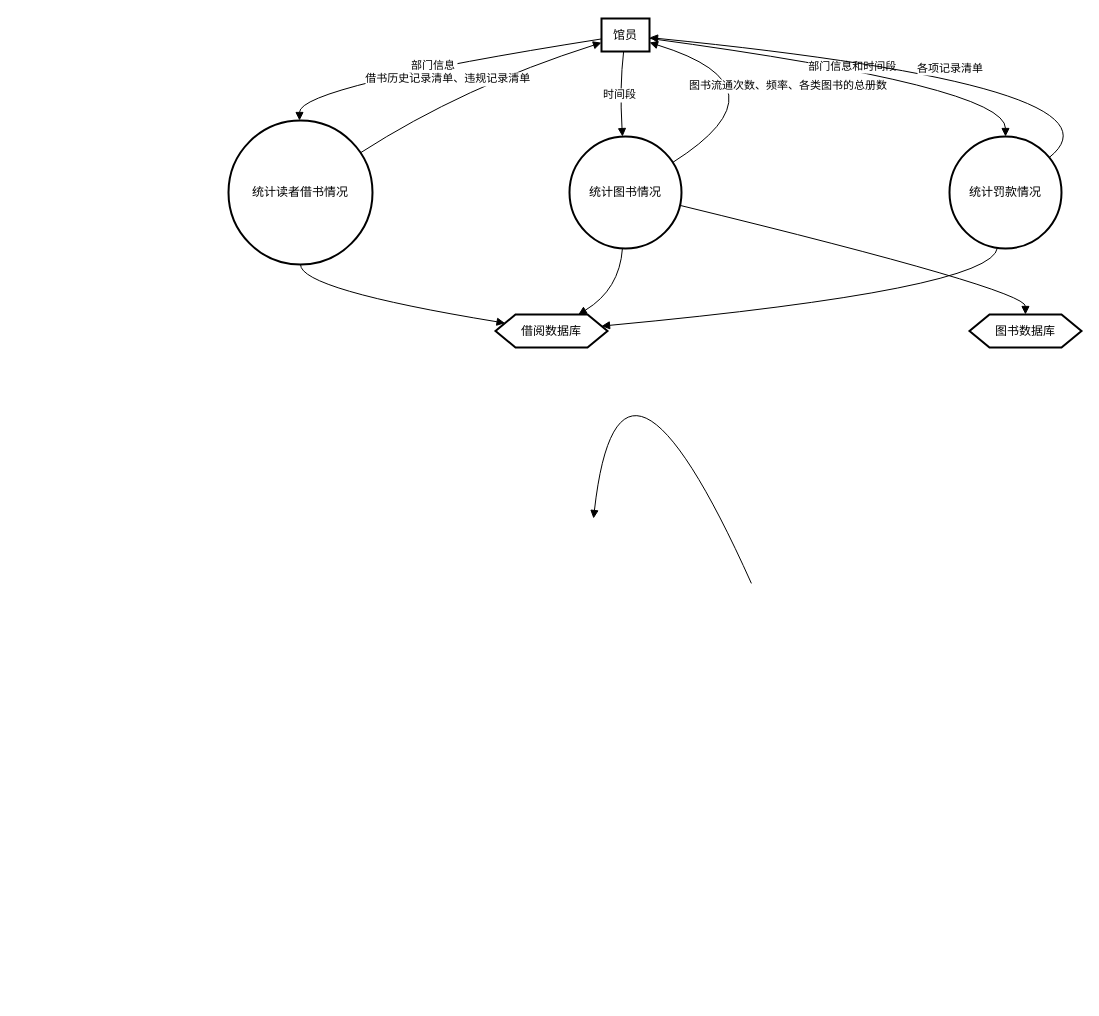
Earlier version of the draw.io diagram page "系统统计" (12 of 13) of 软件工程.drawio (sjgcsf/os---). Source tidied: cells renumbered, new cells numbered last; positions are measured from the earlier drawing's top-left corner, leaving out a move shared by most shapes. Both pictures are drawn from the tidied source at 100%, with x=0, y=0 at pixel (228, 18).
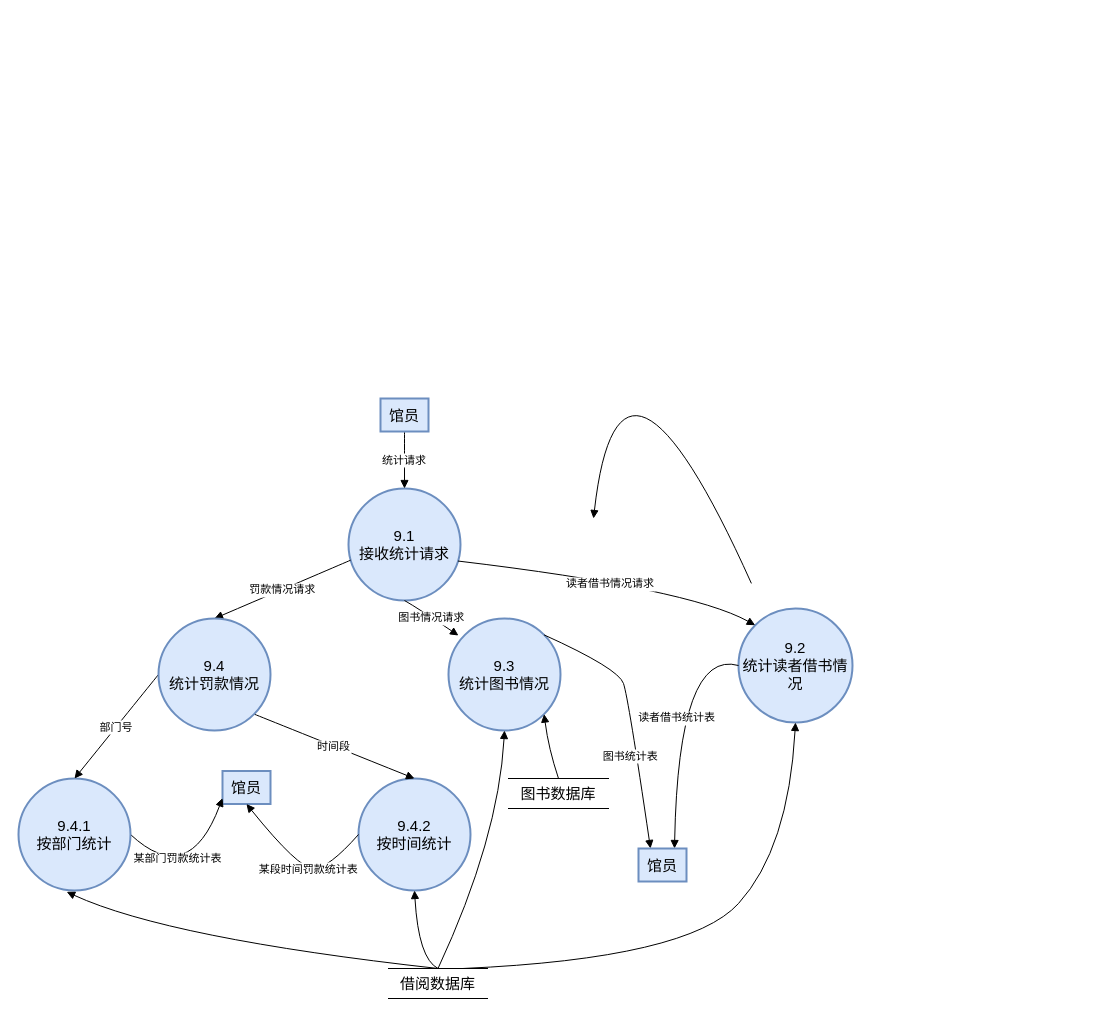
Above is the later version.

What changed in the source:
```diff
@@
-    <mxCell id="2" value="馆员" style="whiteSpace=wrap;strokeWidth=2;" parent="1" vertex="1">
-      <mxGeometry x="373" width="48" height="33" as="geometry" />
-    </mxCell>
-    <mxCell id="3" value="统计读者借书情况" style="ellipse;strokeWidth=2;whiteSpace=wrap;" parent="1" vertex="1">
-      <mxGeometry y="102" width="144" height="144" as="geometry" />
-    </mxCell>
-    <mxCell id="4" value="借阅数据库" style="shape=hexagon;perimeter=hexagonPerimeter2;fixedSize=1;strokeWidth=2;whiteSpace=wrap;" parent="1" vertex="1">
-      <mxGeometry x="267" y="296" width="112" height="33" as="geometry" />
-    </mxCell>
-    <mxCell id="5" value="统计图书情况" style="ellipse;strokeWidth=2;whiteSpace=wrap;" parent="1" vertex="1">
-      <mxGeometry x="341" y="118" width="112" height="112" as="geometry" />
-    </mxCell>
-    <mxCell id="6" value="图书数据库" style="shape=hexagon;perimeter=hexagonPerimeter2;fixedSize=1;strokeWidth=2;whiteSpace=wrap;" parent="1" vertex="1">
-      <mxGeometry x="741" y="296" width="112" height="33" as="geometry" />
-    </mxCell>
-    <mxCell id="7" value="统计罚款情况" style="ellipse;strokeWidth=2;whiteSpace=wrap;" parent="1" vertex="1">
-      <mxGeometry x="721" y="118" width="112" height="112" as="geometry" />
-    </mxCell>
-    <mxCell id="8" value="部门信息" style="curved=1;startArrow=none;endArrow=block;exitX=1.3907750447591147e-7;exitY=0.6190189206547742;entryX=0.49295246861524916;entryY=-0.0013888809416029188;rounded=0;" parent="1" edge="1" source="2" target="3">
-      <mxGeometry relative="1" as="geometry">
-        <Array as="points">
-          <mxPoint x="71" y="68" />
-        </Array>
-      </mxGeometry>
-    </mxCell>
-    <mxCell id="9" value="借书历史记录清单、违规记录清单" style="curved=1;startArrow=none;endArrow=block;exitX=0.9986111323038737;exitY=0.17300824311741259;entryX=1.3907750447591147e-7;entryY=0.7336860565396564;rounded=0;" parent="1" edge="1" source="3" target="2">
-      <mxGeometry x="-0.15" y="15" relative="1" as="geometry">
-        <Array as="points">
-          <mxPoint x="235" y="68" />
-        </Array>
-      </mxGeometry>
-    </mxCell>
-    <mxCell id="10" style="curved=1;startArrow=none;endArrow=block;exitX=0.49930556615193683;exitY=0.9972222513622708;entryX=0.0026785901614597867;entryY=0.213047641568456;rounded=0;" parent="1" edge="1" source="3" target="4">
-      <mxGeometry relative="1" as="geometry">
-        <Array as="points">
-          <mxPoint x="72" y="271" />
-        </Array>
-      </mxGeometry>
-    </mxCell>
-    <mxCell id="11" value="时间段" style="curved=1;startArrow=none;endArrow=block;exitX=0.45998085234181946;exitY=1.0121212583599668;entryX=0.47299930428933024;entryY=-0.0017857040677751815;rounded=0;" parent="1" edge="1" source="2" target="5">
-      <mxGeometry relative="1" as="geometry">
-        <Array as="points">
-          <mxPoint x="391" y="68" />
-        </Array>
-      </mxGeometry>
-    </mxCell>
-    <mxCell id="12" value="图书流通次数、频率、各类图书的总册数" style="curved=1;startArrow=none;endArrow=block;exitX=0.9982143555368695;exitY=0.18069802004764415;entryX=0.9958334565162659;entryY=0.726472818055091;rounded=0;" parent="1" edge="1" source="5" target="2">
-      <mxGeometry relative="1" as="geometry">
-        <Array as="points">
-          <mxPoint x="564" y="68" />
-        </Array>
-      </mxGeometry>
-    </mxCell>
-    <mxCell id="13" style="curved=1;startArrow=none;endArrow=block;exitX=0.47052053624918955;exitY=0.9964286088943481;entryX=0.7452027774644969;entryY=-0.0121210849646366;rounded=0;" parent="1" edge="1" source="5" target="4">
-      <mxGeometry relative="1" as="geometry">
-        <Array as="points">
-          <mxPoint x="391" y="271" />
-        </Array>
-      </mxGeometry>
-    </mxCell>
-    <mxCell id="14" style="curved=1;startArrow=none;endArrow=block;exitX=0.9982143555368695;exitY=0.6182150471825147;entryX=0.4995537485395159;entryY=-0.0121210849646366;rounded=0;" parent="1" edge="1" source="5" target="6">
-      <mxGeometry relative="1" as="geometry">
-        <Array as="points">
-          <mxPoint x="797" y="271" />
-        </Array>
-      </mxGeometry>
-    </mxCell>
-    <mxCell id="15" value="部门信息和时间段" style="curved=1;startArrow=none;endArrow=block;exitX=0.9958334565162659;exitY=0.603058229249468;entryX=0.4995537485395159;entryY=-0.0017857040677751815;rounded=0;" parent="1" edge="1" source="2" target="7">
-      <mxGeometry relative="1" as="geometry">
-        <Array as="points">
-          <mxPoint x="777" y="68" />
-        </Array>
-      </mxGeometry>
-    </mxCell>
-    <mxCell id="16" value="各项记录清单" style="curved=1;startArrow=none;endArrow=block;exitX=0.9986609050205776;exitY=0.09856189855708918;entryX=0.9958334565162659;entryY=0.5779411752015982;rounded=0;" parent="1" edge="1" source="7" target="2">
+    <mxCell id="16" value="各项记录清单" style="curved=1;startArrow=none;endArrow=block;exitX=0.9986609050205776;exitY=0.09856189855708918;entryX=0.9958334565162659;entryY=0.5779411752015982;rounded=0;" parent="1" edge="1">
       <mxGeometry relative="1" as="geometry">
+        <mxPoint x="421" y="19.1" as="targetPoint" />
         <Array as="points">
           <mxPoint x="910" y="68" />
         </Array>
       </mxGeometry>
     </mxCell>
-    <mxCell id="17" style="curved=1;startArrow=none;endArrow=block;exitX=0.4251255052533582;exitY=0.9964286088943481;entryX=0.9999999914850507;entryY=0.33330659397642415;rounded=0;" parent="1" edge="1" source="7" target="4">
-      <mxGeometry relative="1" as="geometry">
-        <Array as="points">
-          <mxPoint x="763" y="271" />
-        </Array>
-      </mxGeometry>
-    </mxCell>
@@
+    <mxCell id="25" value="馆员" style="whiteSpace=wrap;strokeWidth=2;fontSize=15;fillColor=#dae8fc;strokeColor=#6c8ebf;" parent="1" vertex="1">
+      <mxGeometry x="-6" y="752.5" width="48" height="33" as="geometry" />
+    </mxCell>
+    <mxCell id="26" value="9.1&#10;接收统计请求" style="ellipse;strokeWidth=2;whiteSpace=wrap;fontSize=15;fillColor=#dae8fc;strokeColor=#6c8ebf;" parent="1" vertex="1">
+      <mxGeometry x="120" y="470" width="112" height="112" as="geometry" />
+    </mxCell>
+    <mxCell id="27" value="9.2&#10;统计读者借书情况" style="ellipse;strokeWidth=2;whiteSpace=wrap;fontSize=15;fillColor=#dae8fc;strokeColor=#6c8ebf;" parent="1" vertex="1">
+      <mxGeometry x="510" y="590" width="114" height="114" as="geometry" />
+    </mxCell>
+    <mxCell id="28" value="9.3&#10;统计图书情况" style="ellipse;strokeWidth=2;whiteSpace=wrap;fontSize=15;fillColor=#dae8fc;strokeColor=#6c8ebf;" parent="1" vertex="1">
+      <mxGeometry x="220" y="600" width="112" height="112" as="geometry" />
+    </mxCell>
+    <mxCell id="29" value="统计请求" style="curved=1;startArrow=none;endArrow=block;entryX=0.4991073948996408;entryY=-0.0017857040677751815;rounded=0;exitX=0.5;exitY=1;exitDx=0;exitDy=0;" parent="1" edge="1" source="45" target="26">
+      <mxGeometry x="-0.01" relative="1" as="geometry" />
+    </mxCell>
+    <mxCell id="30" value="读者借书情况请求" style="curved=1;startArrow=none;endArrow=block;exitX=0.9982145513807025;exitY=0.6538461826174216;entryX=0;entryY=0;rounded=0;entryDx=0;entryDy=0;" parent="1" edge="1" source="26" target="27">
+      <mxGeometry y="-4" relative="1" as="geometry">
+        <Array as="points">
+          <mxPoint x="460" y="570" />
+        </Array>
+      </mxGeometry>
+    </mxCell>
+    <mxCell id="31" value="读者借书统计表" style="curved=1;startArrow=none;endArrow=block;exitX=0;exitY=0.5;rounded=0;exitDx=0;exitDy=0;entryX=0.75;entryY=0;entryDx=0;entryDy=0;" parent="1" edge="1" source="27" target="47">
+      <mxGeometry relative="1" as="geometry">
+        <Array as="points">
+          <mxPoint x="450" y="630" />
+        </Array>
+      </mxGeometry>
+    </mxCell>
+    <mxCell id="32" style="curved=1;startArrow=none;endArrow=block;rounded=0;entryX=0.5;entryY=1;entryDx=0;entryDy=0;exitX=0;exitY=0.25;exitDx=0;exitDy=0;" parent="1" edge="1" source="4" target="27">
+      <mxGeometry relative="1" as="geometry">
+        <Array as="points">
+          <mxPoint x="460" y="940" />
+          <mxPoint x="560" y="830" />
+        </Array>
+      </mxGeometry>
+    </mxCell>
+    <mxCell id="33" value="图书情况请求" style="curved=1;startArrow=none;endArrow=block;exitX=0.4991073948996408;exitY=0.9964286088943481;entryX=0.089;entryY=0.152;rounded=0;entryDx=0;entryDy=0;entryPerimeter=0;" parent="1" edge="1" source="26" target="28">
+      <mxGeometry x="-0.01" relative="1" as="geometry">
+        <Array as="points">
+          <mxPoint x="190" y="590" />
+        </Array>
+      </mxGeometry>
+    </mxCell>
+    <mxCell id="34" value="图书统计表" style="curved=1;startArrow=none;endArrow=block;exitX=1;exitY=0;rounded=0;entryX=0.25;entryY=0;entryDx=0;entryDy=0;exitDx=0;exitDy=0;" parent="1" edge="1" source="28" target="47">
+      <mxGeometry x="0.28" y="-6" relative="1" as="geometry">
+        <Array as="points">
+          <mxPoint x="390" y="650" />
+          <mxPoint x="400" y="680" />
+        </Array>
+      </mxGeometry>
+    </mxCell>
+    <mxCell id="35" style="curved=1;startArrow=none;endArrow=block;rounded=0;entryX=0.5;entryY=1;entryDx=0;entryDy=0;exitX=0;exitY=0.5;exitDx=0;exitDy=0;" parent="1" edge="1" source="4" target="28">
+      <mxGeometry relative="1" as="geometry">
+        <Array as="points">
+          <mxPoint x="270" y="820" />
+        </Array>
+      </mxGeometry>
+    </mxCell>
+    <mxCell id="36" style="curved=1;startArrow=none;endArrow=block;entryX=1;entryY=1;rounded=0;entryDx=0;entryDy=0;exitX=0;exitY=0.5;exitDx=0;exitDy=0;" parent="1" edge="1" source="6" target="28">
+      <mxGeometry relative="1" as="geometry">
+        <Array as="points">
+          <mxPoint x="320" y="730" />
+        </Array>
+      </mxGeometry>
+    </mxCell>
+    <mxCell id="37" value="罚款情况请求" style="curved=1;startArrow=none;endArrow=block;exitX=2.384185791015625e-7;exitY=0.6447626104970572;entryX=0.5;entryY=0;rounded=0;entryDx=0;entryDy=0;" parent="1" edge="1" source="26" target="46">
+      <mxGeometry relative="1" as="geometry" />
+    </mxCell>
+    <mxCell id="38" value="某部门罚款统计表" style="curved=1;startArrow=none;endArrow=block;exitX=1;exitY=0.5;entryX=-0.0031245946884155273;entryY=0.8239902138198256;rounded=0;exitDx=0;exitDy=0;" parent="1" edge="1" source="40" target="25">
+      <mxGeometry x="-0.42" y="15" relative="1" as="geometry">
+        <Array as="points">
+          <mxPoint x="-40" y="870" />
+        </Array>
+      </mxGeometry>
+    </mxCell>
+    <mxCell id="39" style="curved=1;startArrow=none;endArrow=block;exitX=0;exitY=0.5;rounded=0;exitDx=0;exitDy=0;entryX=0.43;entryY=1.012;entryDx=0;entryDy=0;entryPerimeter=0;" parent="1" edge="1" source="4" target="40">
+      <mxGeometry relative="1" as="geometry">
+        <Array as="points">
+          <mxPoint x="-60" y="920" />
+        </Array>
+      </mxGeometry>
+    </mxCell>
+    <mxCell id="40" value="9.4.1&#10;按部门统计" style="ellipse;strokeWidth=2;whiteSpace=wrap;fontSize=15;fillColor=#dae8fc;strokeColor=#6c8ebf;" parent="1" vertex="1">
+      <mxGeometry x="-210" y="760" width="112" height="112" as="geometry" />
+    </mxCell>
+    <mxCell id="41" value="9.4.2&#10;按时间统计" style="ellipse;strokeWidth=2;whiteSpace=wrap;fontSize=15;fillColor=#dae8fc;strokeColor=#6c8ebf;" parent="1" vertex="1">
+      <mxGeometry x="130" y="760" width="112" height="112" as="geometry" />
+    </mxCell>
+    <mxCell id="42" value="部门号" style="curved=1;startArrow=none;endArrow=block;exitX=0;exitY=0.5;entryX=0.5;entryY=0;rounded=0;entryDx=0;entryDy=0;exitDx=0;exitDy=0;" parent="1" edge="1" source="46" target="40">
+      <mxGeometry relative="1" as="geometry" />
+    </mxCell>
+    <mxCell id="11" value="时间段" style="curved=1;startArrow=none;endArrow=block;exitX=1;exitY=1;entryX=0.5;entryY=0;rounded=0;entryDx=0;entryDy=0;exitDx=0;exitDy=0;" parent="1" edge="1" source="46" target="41">
+      <mxGeometry relative="1" as="geometry" />
+    </mxCell>
+    <mxCell id="43" style="curved=1;startArrow=none;endArrow=block;exitX=0;exitY=0.5;rounded=0;exitDx=0;exitDy=0;entryX=0.5;entryY=1;entryDx=0;entryDy=0;" parent="1" edge="1" source="4" target="41">
+      <mxGeometry relative="1" as="geometry">
+        <Array as="points">
+          <mxPoint x="190" y="940" />
+        </Array>
+      </mxGeometry>
+    </mxCell>
+    <mxCell id="44" value="某段时间罚款统计表" style="curved=1;startArrow=none;endArrow=block;exitX=0;exitY=0.5;entryX=0.5;entryY=1;rounded=0;exitDx=0;exitDy=0;entryDx=0;entryDy=0;" parent="1" edge="1" source="41" target="25">
+      <mxGeometry x="-0.18" relative="1" as="geometry">
+        <Array as="points">
+          <mxPoint x="100" y="850" />
+          <mxPoint x="70" y="850" />
+        </Array>
+      </mxGeometry>
+    </mxCell>
+    <mxCell id="6" value="&lt;div style=&quot;text-align: left;&quot;&gt;&lt;font style=&quot;font-size: 15px;&quot;&gt;图书数据库&lt;/font&gt;&lt;br&gt;&lt;/div&gt;" style="shape=partialRectangle;whiteSpace=wrap;html=1;top=0;bottom=0;fillColor=none;direction=south;" parent="1" vertex="1">
+      <mxGeometry x="280" y="760" width="100" height="30" as="geometry" />
+    </mxCell>
+    <mxCell id="4" value="&lt;div style=&quot;text-align: left;&quot;&gt;&lt;font style=&quot;font-size: 15px;&quot;&gt;借阅数据库&lt;/font&gt;&lt;br&gt;&lt;/div&gt;" style="shape=partialRectangle;whiteSpace=wrap;html=1;top=0;bottom=0;fillColor=none;direction=south;" parent="1" vertex="1">
+      <mxGeometry x="160" y="950" width="99" height="30" as="geometry" />
+    </mxCell>
+    <mxCell id="45" value="馆员" style="whiteSpace=wrap;strokeWidth=2;fontSize=15;fillColor=#dae8fc;strokeColor=#6c8ebf;" parent="1" vertex="1">
+      <mxGeometry x="152" y="380" width="48" height="33" as="geometry" />
+    </mxCell>
+    <mxCell id="46" value="9.4&#10;统计罚款情况" style="ellipse;strokeWidth=2;whiteSpace=wrap;fontSize=15;fillColor=#dae8fc;strokeColor=#6c8ebf;" parent="1" vertex="1">
+      <mxGeometry x="-70" y="600" width="112" height="112" as="geometry" />
+    </mxCell>
+    <mxCell id="47" value="馆员" style="whiteSpace=wrap;strokeWidth=2;fontSize=15;fillColor=#dae8fc;strokeColor=#6c8ebf;" parent="1" vertex="1">
+      <mxGeometry x="410" y="830" width="48" height="33" as="geometry" />
+    </mxCell>
```
